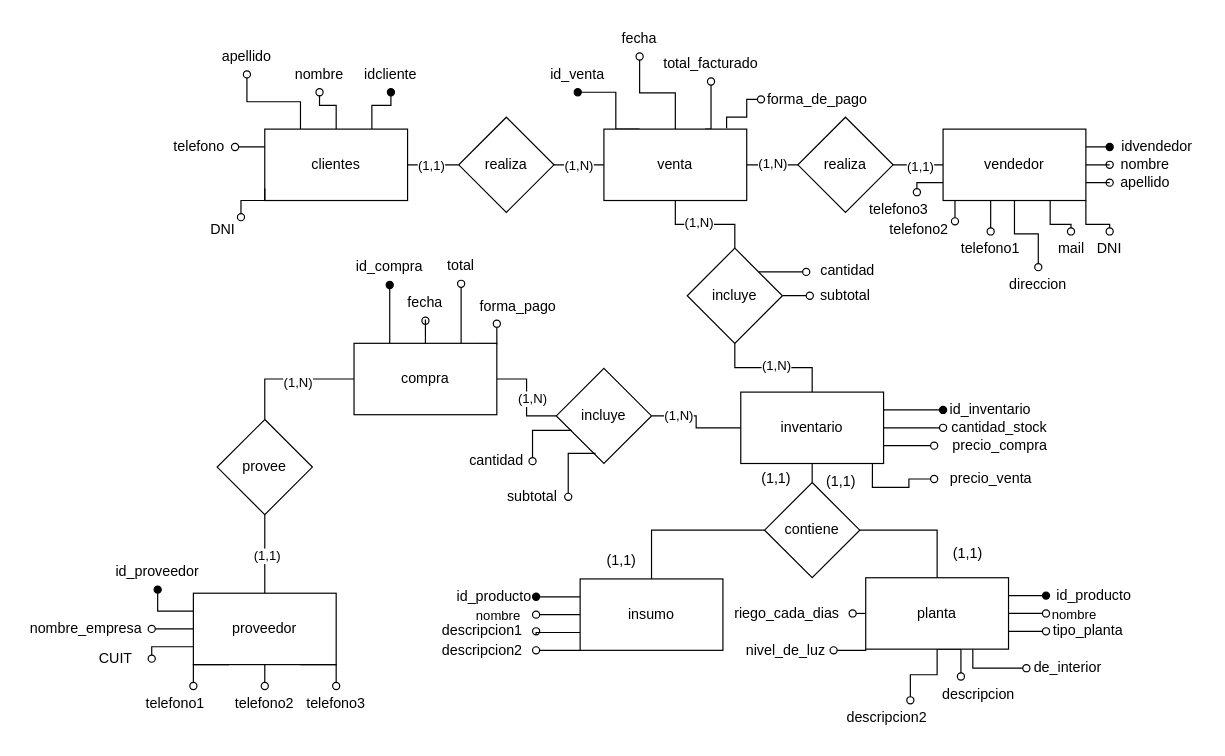
Before: Diagramas/DER_Vivero.drawio in Laura-Morea/Vivero-TP, a draw.io diagram. Source tidied: cells renumbered, new cells numbered last; positions are measured from the earlier drawing's top-left corner, leaving out a move shared by most shapes. Both pictures are drawn from the tidied source at 119%, with x=0, y=0 at pixel (20, 20).
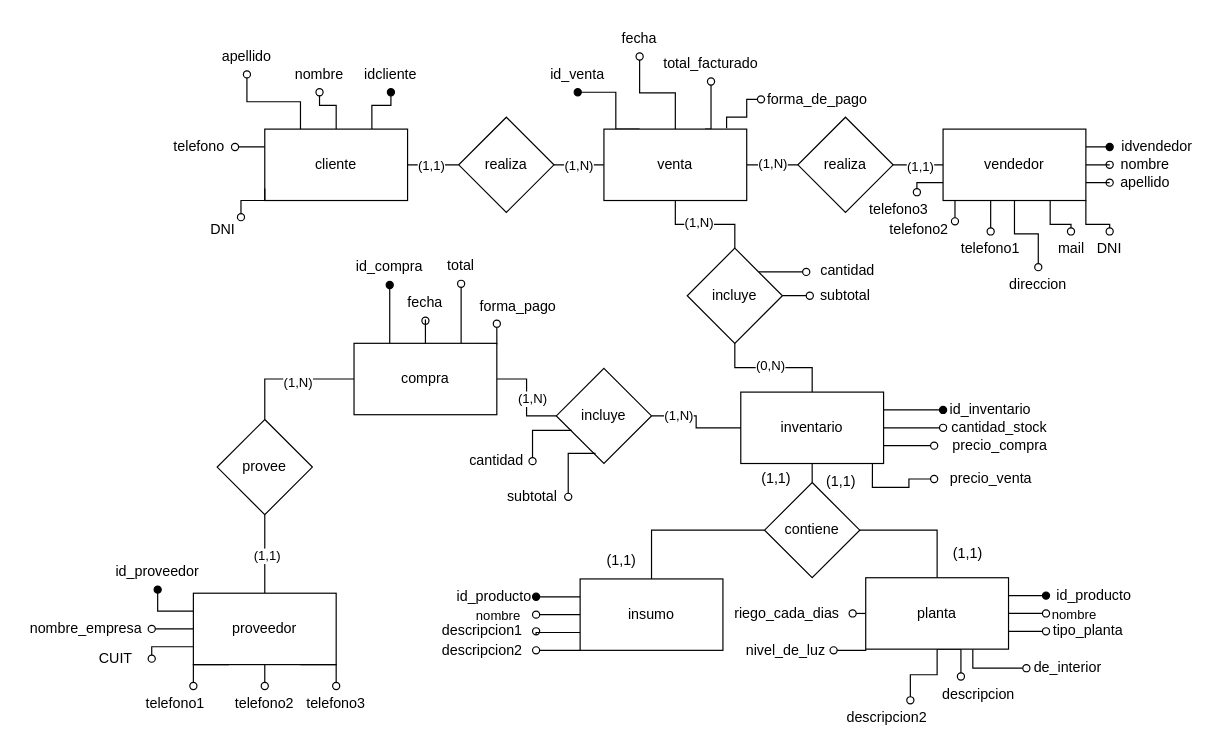
The same page after the edit.

Commit message (it also covers changes not shown here):
Detalles en diagramas y comienzo del informe

The change refers to these unchanged cells:
```xml
<mxCell id="20" value="inventario" style="rounded=0;whiteSpace=wrap;html=1;" parent="1" vertex="1">
  <mxGeometry x="605" y="312" width="120" height="60" as="geometry" />
</mxCell>
<mxCell id="88" value="incluye" style="rhombus;whiteSpace=wrap;html=1;shapeInside=1;" parent="1" vertex="1">
  <mxGeometry x="560" y="191" width="80" height="80" as="geometry" />
</mxCell>
```

Diff of the diagram source:
```diff
@@
-    <mxCell id="8" value="clientes" style="rounded=0;whiteSpace=wrap;html=1;" parent="1" vertex="1">
+    <mxCell id="8" value="cliente" style="rounded=0;whiteSpace=wrap;html=1;" parent="1" vertex="1">
       <mxGeometry x="205" y="91" width="120" height="60" as="geometry" />
     </mxCell>
@@
-    <mxCell id="84" style="edgeStyle=orthogonalEdgeStyle;rounded=0;jettySize=auto;html=1;exitX=0.5;exitY=0;exitDx=0;exitDy=0;endArrow=none;endFill=0;" parent="1" edge="1" source="20" target="88">
-      <mxGeometry x="0.66" relative="1" as="geometry" />
-    </mxCell>
-    <mxCell id="85" value="(1,N)" style="edgeLabel;html=1;align=center;verticalAlign=middle;" parent="84" vertex="1">
-      <mxGeometry x="-0.04" y="-2" relative="1" as="geometry" />
-    </mxCell>
@@
+    <mxCell id="140" style="edgeStyle=orthogonalEdgeStyle;rounded=0;jettySize=auto;html=1;exitX=0.5;exitY=1;exitDx=0;exitDy=0;entryX=0.5;entryY=0;entryDx=0;entryDy=0;defaultLabelBackgroundColor=page;endArrow=none;endFill=0;" parent="1" edge="1" source="88" target="20">
+      <mxGeometry relative="1" as="geometry" />
+    </mxCell>
+    <mxCell id="141" value="(0,N)" style="edgeLabel;html=1;align=center;verticalAlign=middle;inheritText=1;defaultLabelBackgroundColor=page;" parent="140" vertex="1">
+      <mxGeometry x="-0.06" y="2" relative="1" as="geometry" />
+    </mxCell>
```
